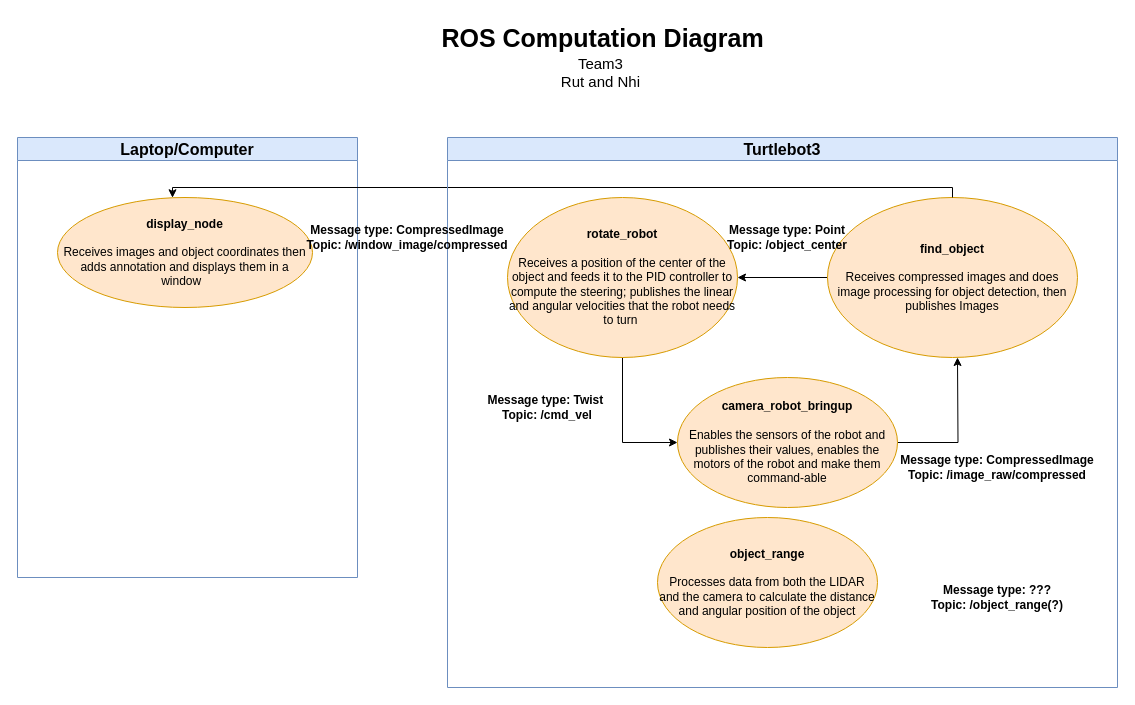
Before: Untitled Diagram.drawio in NhiNguyencmt8/RoboResearch, a draw.io diagram. Source tidied: cells renumbered, new cells numbered last; positions are measured from the earlier drawing's top-left corner, leaving out a move shared by most shapes. Both pictures are drawn from the tidied source at 100%, with x=0, y=0 at pixel (17, 17).
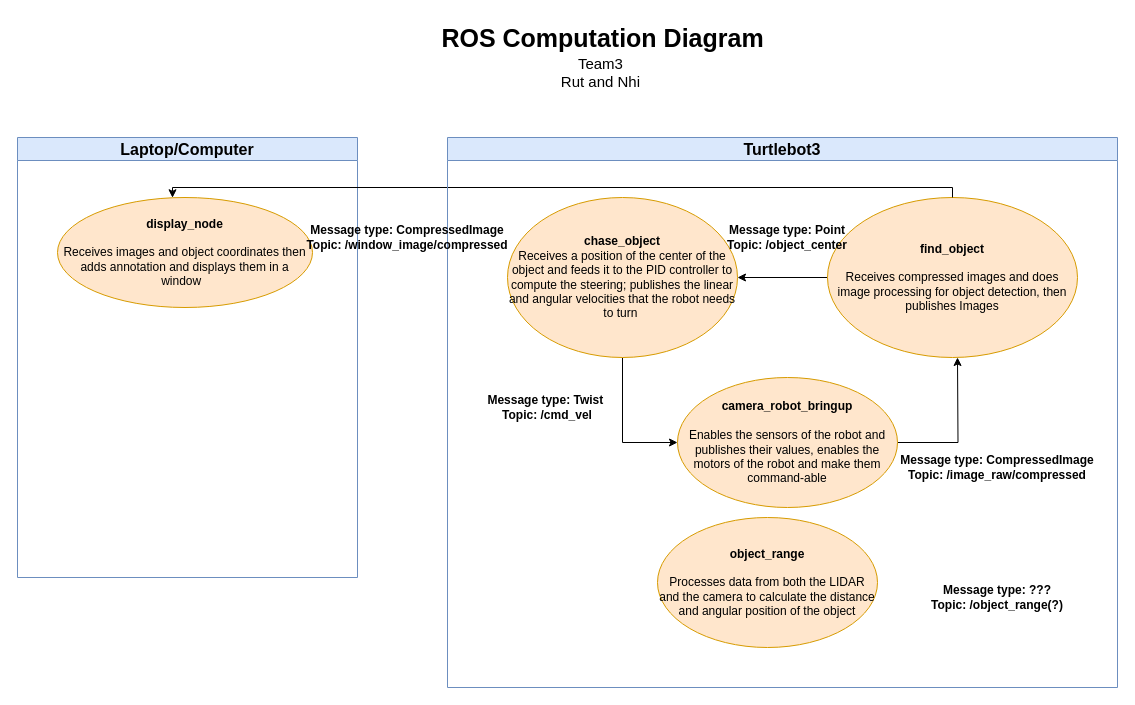
The same diagram, later.

Unchanged cells that the change refers to:
```xml
<mxCell id="4" style="group;" parent="1" vertex="1">
  <mxGeometry x="450" y="170" width="650" height="320" as="geometry" />
</mxCell>
```

What changed in the source:
```diff
@@
-    <mxCell id="6" value="&lt;div&gt;&lt;b&gt;rotate_robot&lt;/b&gt;&lt;/div&gt;&lt;div&gt;&lt;b&gt;&lt;br&gt;&lt;/b&gt;&lt;/div&gt;&lt;div&gt;Receives a position of the center of the object and feeds it to the PID controller to compute the steering; publishes the linear and angular velocities that the robot needs to turn&lt;span style=&quot;background-color: initial;&quot;&gt;&amp;nbsp;&lt;/span&gt;&lt;/div&gt;" style="ellipse;whiteSpace=wrap;html=1;fillColor=#ffe6cc;strokeColor=#d79b00;" parent="4" vertex="1">
+    <mxCell id="6" value="&lt;div&gt;&lt;b&gt;chase_object&lt;/b&gt;&lt;/div&gt;&lt;div&gt;Receives a position of the center of the object and feeds it to the PID controller to compute the steering; publishes the linear and angular velocities that the robot needs to turn&lt;span style=&quot;background-color: initial;&quot;&gt;&amp;nbsp;&lt;/span&gt;&lt;/div&gt;" style="ellipse;whiteSpace=wrap;html=1;fillColor=#ffe6cc;strokeColor=#d79b00;" parent="4" vertex="1">
       <mxGeometry x="40" y="10" width="230" height="160" as="geometry" />
     </mxCell>
```
